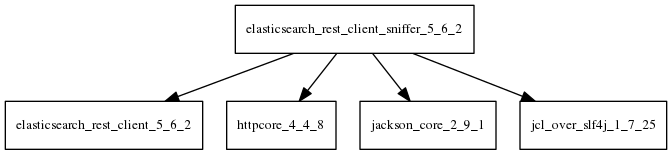
AglaianWoman/cia keeps this Graphviz diagram as tattleTaleReport/graphviz/elasticsearch-rest-client-sniffer-5.6.2.jar/elasticsearch-rest-client-sniffer-5.6.2.jar.png. Above is the earlier version. Its source is kept beside it as tattleTaleReport/graphviz/elasticsearch-rest-client-sniffer-5.6.2.jar/elasticsearch-rest-client-sniffer-5.6.2.jar.dot.
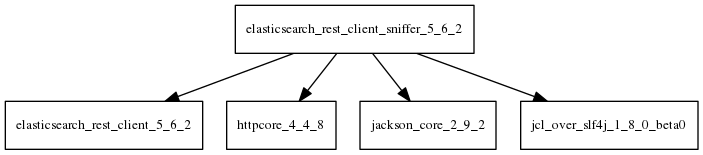
The same diagram one commit later.

What changed in the source:
```diff
@@ -2,6 +2,6 @@
   node [shape = box, fontsize=10.0];
   elasticsearch_rest_client_sniffer_5_6_2 -> elasticsearch_rest_client_5_6_2;
   elasticsearch_rest_client_sniffer_5_6_2 -> httpcore_4_4_8;
-  elasticsearch_rest_client_sniffer_5_6_2 -> jackson_core_2_9_1;
-  elasticsearch_rest_client_sniffer_5_6_2 -> jcl_over_slf4j_1_7_25;
+  elasticsearch_rest_client_sniffer_5_6_2 -> jackson_core_2_9_2;
+  elasticsearch_rest_client_sniffer_5_6_2 -> jcl_over_slf4j_1_8_0_beta0;
 }
```
